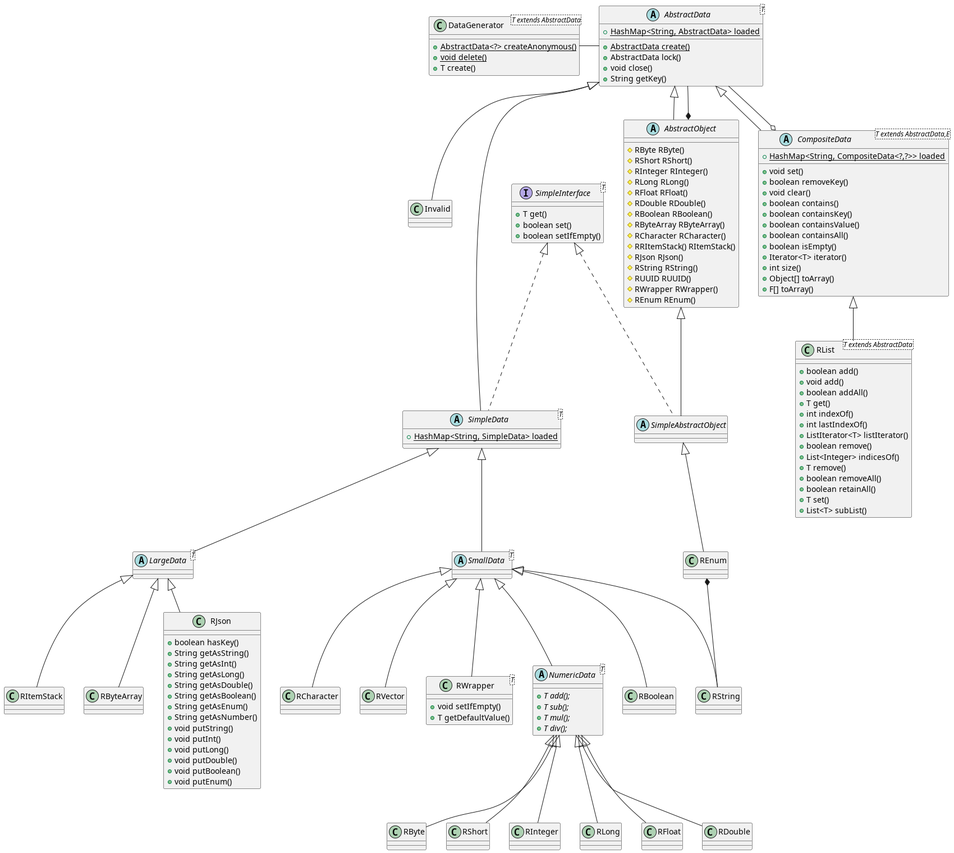
The PlantUML diagram out/DataTypes/DataType.png in chrisb09/firecord, before a commit.
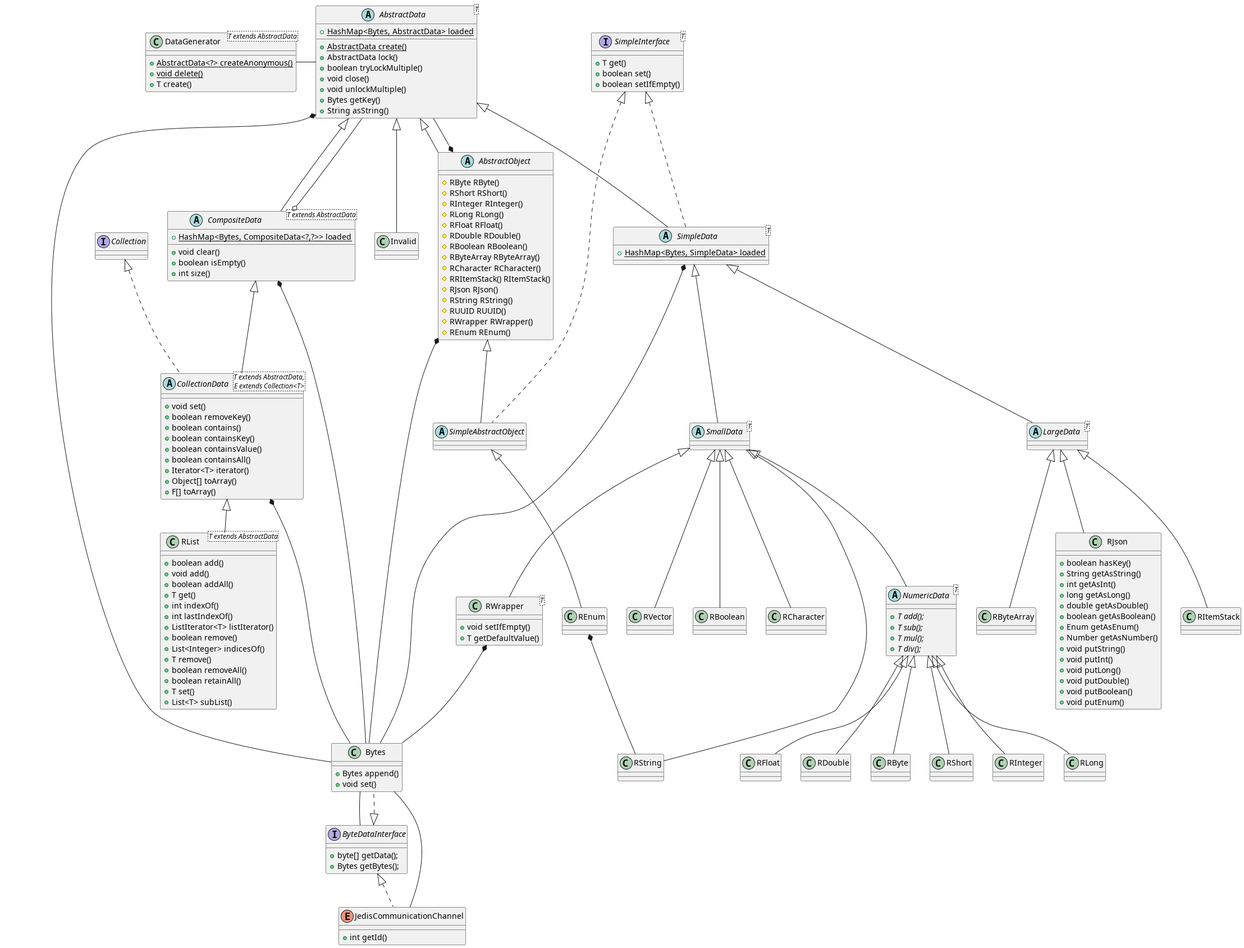
Later version of the same file.

Commit message:
update DataTypes diagram somewhat

What changed in the source:
```diff
@@ -8,12 +8,30 @@
     + boolean setIfEmpty()
 }
 
+interface ByteDataInterface {
+    + byte[] getData();
+    + Bytes getBytes();
+}
+
+class Bytes implements ByteDataInterface {
+    + Bytes append()
+    + void set()
+}
+
+enum JedisCommunicationChannel implements ByteDataInterface {
+    + int getId()
+}
+
+
 abstract AbstractData <T> {
-    + {static} HashMap<String, AbstractData> loaded
+    + {static} HashMap<Bytes, AbstractData> loaded
     + {static} AbstractData create()
     + AbstractData lock()
+    + boolean tryLockMultiple()
     + void close()
-    + String getKey()
+    + void unlockMultiple()
+    + Bytes getKey()
+    + String asString()
 }
 
 abstract SmallData <T> extends SimpleData {
@@ -25,7 +43,7 @@
 }
 
 abstract SimpleData<T> extends AbstractData implements SimpleInterface {
-    + {static} HashMap<String, SimpleData> loaded
+    + {static} HashMap<Bytes, SimpleData> loaded
 }
 
 class Invalid extends AbstractData {
@@ -96,12 +114,12 @@
 class RJson extends LargeData {
     + boolean hasKey()
     + String getAsString()
-    + String getAsInt()
-    + String getAsLong()
-    + String getAsDouble()
-    + String getAsBoolean()
-    + String getAsEnum()
-    + String getAsNumber()
+    + int getAsInt()
+    + long getAsLong()
+    + double getAsDouble()
+    + boolean getAsBoolean()
+    + Enum getAsEnum()
+    + Number getAsNumber()
     + void putString()
     + void putInt()
     + void putLong()
@@ -111,23 +129,26 @@
 }
 
 
-abstract CompositeData <T extends AbstractData,E> extends AbstractData {
-    + {static} HashMap<String, CompositeData<?,?>> loaded
+abstract CompositeData <T extends AbstractData> extends AbstractData {
+    + {static} HashMap<Bytes, CompositeData<?,?>> loaded
+    + void clear()
+    + boolean isEmpty()
+    + int size()
+}
+
+abstract CollectionData <T extends AbstractData,\nE extends Collection<T>> extends CompositeData implements Collection {
     + void set()
     + boolean removeKey()
-    + void clear()
     + boolean contains()
     + boolean containsKey()
     + boolean containsValue()
     + boolean containsAll()
-    + boolean isEmpty()
     + Iterator<T> iterator()
-    + int size()
     + Object[] toArray()
     + F[] toArray()
 }
 
-class RList <T extends AbstractData> extends CompositeData {
+class RList <T extends AbstractData> extends CollectionData {
     + boolean add()
     + void add()
     + boolean addAll()
@@ -188,4 +209,16 @@
 
 
 
+AbstractData *-- Bytes
+CompositeData *-- Bytes
+CollectionData *-- Bytes
+AbstractObject *-- Bytes
+RWrapper *-- Bytes
+SimpleData *-- Bytes
+
+Bytes -- ByteDataInterface
+Bytes -- JedisCommunicationChannel
+
+
+
 @enduml
```
